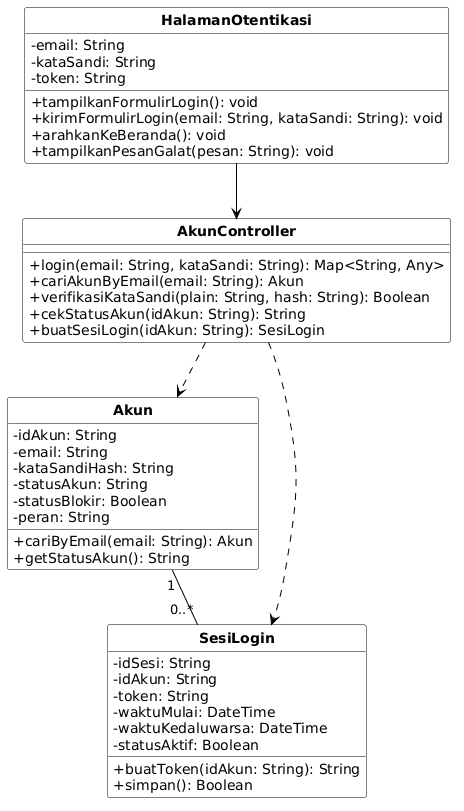
ghaniyul/IF2150-RPL-K01-G02 keeps this PlantUML diagram as docs/M7/assets/diagram/Diagram_Kelas_UC03.png. Above is the earlier version.
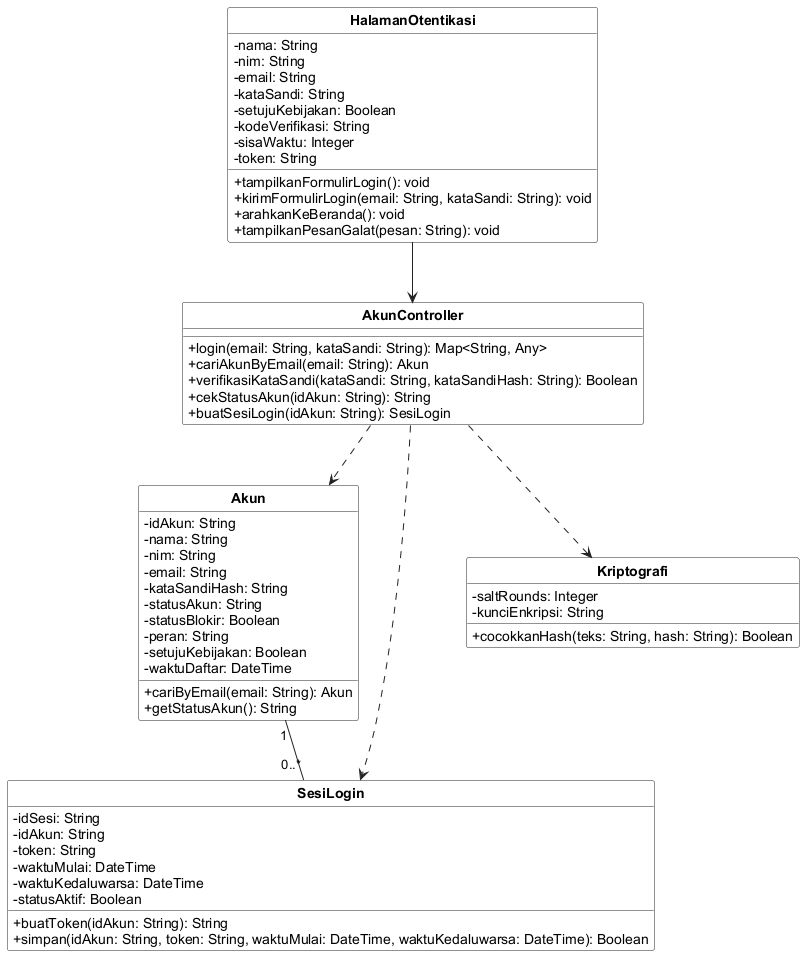
Above is the later version.

What changed in the source:
```diff
@@ -1,47 +1,52 @@
 @startuml
-skinparam monochrome true
 skinparam shadowing false
+skinparam classAttributeIconSize 0
+skinparam classBackgroundColor #FFFFFF
+skinparam classBorderColor #222222
+skinparam arrowColor #222222
+skinparam packageBorderColor #888888
 skinparam defaultFontName Arial
-skinparam classAttributeIconSize 0
 skinparam classFontStyle bold
-skinparam classBorderColor #000000
-skinparam classBackgroundColor #FFFFFF
-skinparam arrowColor #000000
-skinparam nodesep 55
-skinparam ranksep 55
-
+skinparam stereotypeFontSize 10
 hide circle
 hide stereotype
 
+
 class "HalamanOtentikasi" as C01 {
+  - nama: String
+  - nim: String
   - email: String
   - kataSandi: String
+  - setujuKebijakan: Boolean
+  - kodeVerifikasi: String
+  - sisaWaktu: Integer
   - token: String
   + tampilkanFormulirLogin(): void
   + kirimFormulirLogin(email: String, kataSandi: String): void
   + arahkanKeBeranda(): void
   + tampilkanPesanGalat(pesan: String): void
 }
-
 class "AkunController" as C13 {
   + login(email: String, kataSandi: String): Map<String, Any>
   + cariAkunByEmail(email: String): Akun
-  + verifikasiKataSandi(plain: String, hash: String): Boolean
+  + verifikasiKataSandi(kataSandi: String, kataSandiHash: String): Boolean
   + cekStatusAkun(idAkun: String): String
   + buatSesiLogin(idAkun: String): SesiLogin
 }
-
 class "Akun" as C23 {
   - idAkun: String
+  - nama: String
+  - nim: String
   - email: String
   - kataSandiHash: String
   - statusAkun: String
   - statusBlokir: Boolean
   - peran: String
+  - setujuKebijakan: Boolean
+  - waktuDaftar: DateTime
   + cariByEmail(email: String): Akun
   + getStatusAkun(): String
 }
-
 class "SesiLogin" as C28 {
   - idSesi: String
   - idAkun: String
@@ -50,11 +55,16 @@
   - waktuKedaluwarsa: DateTime
   - statusAktif: Boolean
   + buatToken(idAkun: String): String
-  + simpan(): Boolean
+  + simpan(idAkun: String, token: String, waktuMulai: DateTime, waktuKedaluwarsa: DateTime): Boolean
 }
-
+class "Kriptografi" as C42 {
+  - saltRounds: Integer
+  - kunciEnkripsi: String
+  + cocokkanHash(teks: String, hash: String): Boolean
+}
 C01 --> C13
 C13 ..> C23
 C13 ..> C28
+C13 ..> C42
 C23 "1" -- "0..*" C28
 @enduml
```
